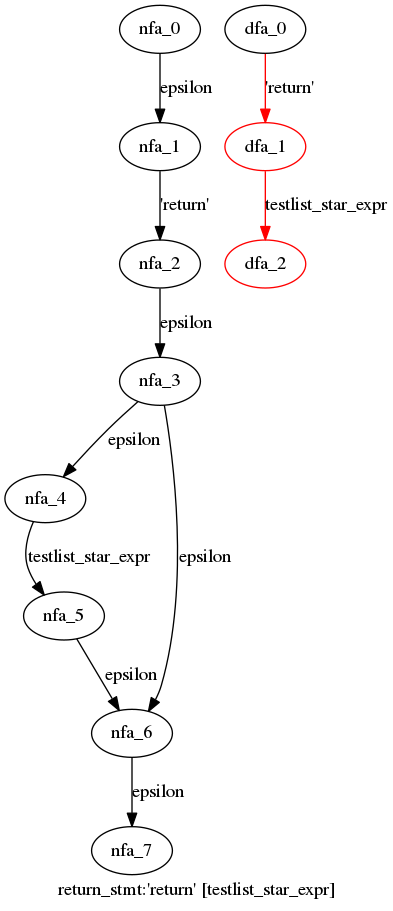
Above: cpython/grammar/handwrite/nfa_dfas/25.return_stmt.dot.png in WinChua/blog (Graphviz), before the change. Its source is kept beside it as cpython/grammar/handwrite/nfa_dfas/25.return_stmt.dot. The source it was exported from:
```dot
digraph return_stmt {
 graph[label="return_stmt:'return' [testlist_star_expr]"]
 subgraph return_stmt_nfa {
  nfa_0->nfa_1[label="epsilon"]
  nfa_1->nfa_2[label="'return'"]
  nfa_2->nfa_3[label="epsilon"]
  nfa_3->nfa_4[label="epsilon"]
  nfa_4->nfa_5[label="testlist_star_expr"]
  nfa_5->nfa_6[label="epsilon"]
  nfa_6->nfa_7[label="epsilon"]
  nfa_3->nfa_6[label="epsilon"]
  }
 subgraph return_stmt_dfa {
  dfa_0->dfa_1[label="'return'",color=red]
  dfa_1->dfa_2[label="testlist_star_expr",color=red]
  dfa_1[color=red]
  dfa_2[color=red]
  }
}
```
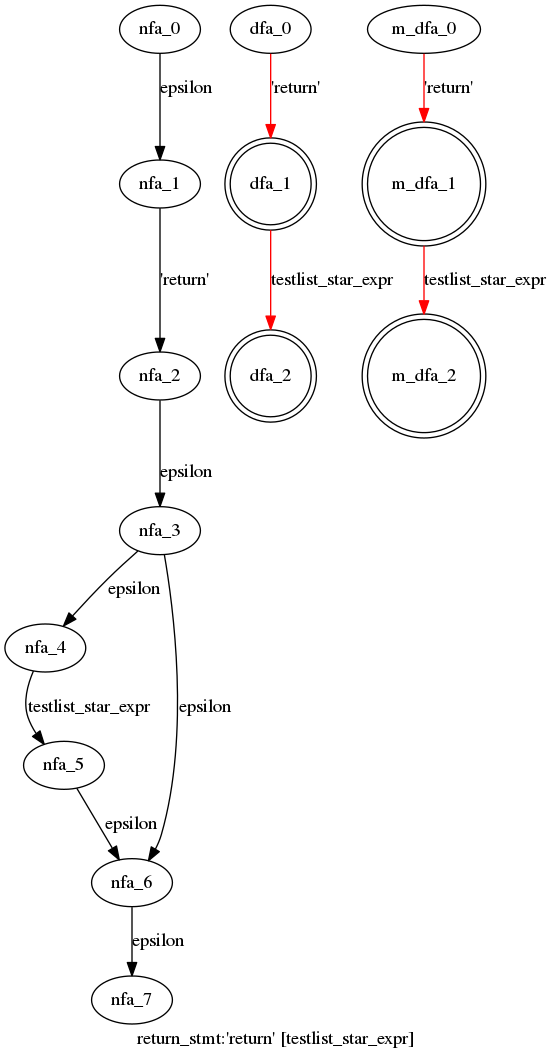
After the change.

What changed in the source:
```diff
@@ -13,7 +13,13 @@
  subgraph return_stmt_dfa {
   dfa_0->dfa_1[label="'return'",color=red]
   dfa_1->dfa_2[label="testlist_star_expr",color=red]
-  dfa_1[color=red]
-  dfa_2[color=red]
+  dfa_1[shape=doublecircle]
+  dfa_2[shape=doublecircle]
+  }
+ subgraph return_stmt_m_dfa {
+  m_dfa_0->m_dfa_1[label="'return'",color=red]
+  m_dfa_1->m_dfa_2[label="testlist_star_expr",color=red]
+  m_dfa_1[shape=doublecircle]
+  m_dfa_2[shape=doublecircle]
   }
 }
```
